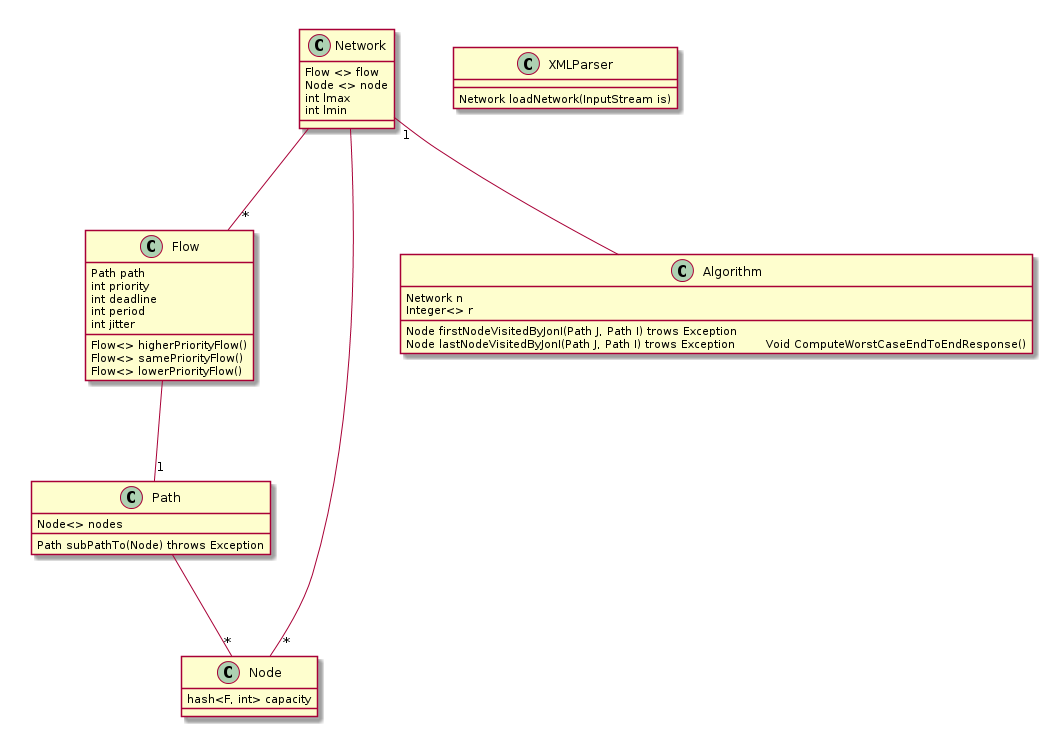
Earlier version of the PlantUML export Rendu3/ClassDiagram.png (LucasChezToi/ISE).
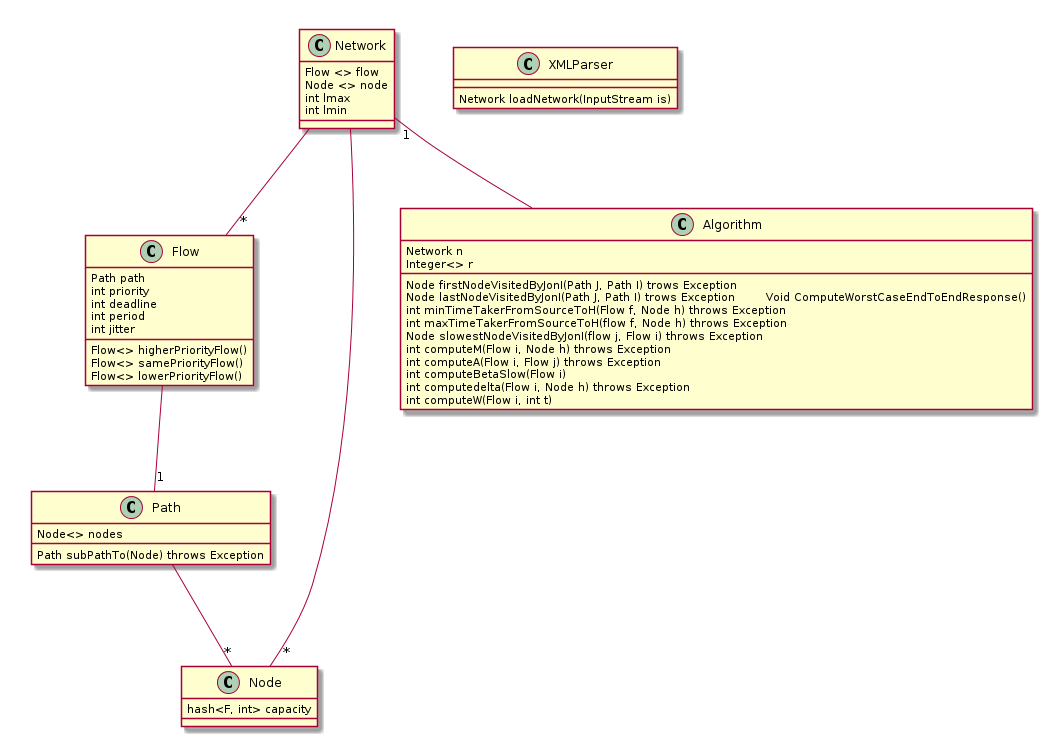
The same file after the commit.

Commit message:
Rajout de methode à la class Algorithm dans le diagramme de class et nouvelle génération du diagramme

The edit, as a diff of the source:
```diff
@@ -31,6 +31,14 @@
     Integer<> r
     Node firstNodeVisitedByJonI(Path J, Path I) trows Exception
     Node lastNodeVisitedByJonI(Path J, Path I) trows Exception	  Void ComputeWorstCaseEndToEndResponse()
+    int minTimeTakerFromSourceToH(Flow f, Node h) throws Exception
+    int maxTimeTakerFromSourceToH(flow f, Node h) throws Exception
+    Node slowestNodeVisitedByJonI(flow j, Flow i) throws Exception
+    int computeM(Flow i, Node h) throws Exception
+    int computeA(Flow i, Flow j) throws Exception
+    int computeBetaSlow(Flow i)
+    int computedelta(Flow i, Node h) throws Exception
+    int computeW(Flow i, int t)
 }
 
 class XMLParser{
```
